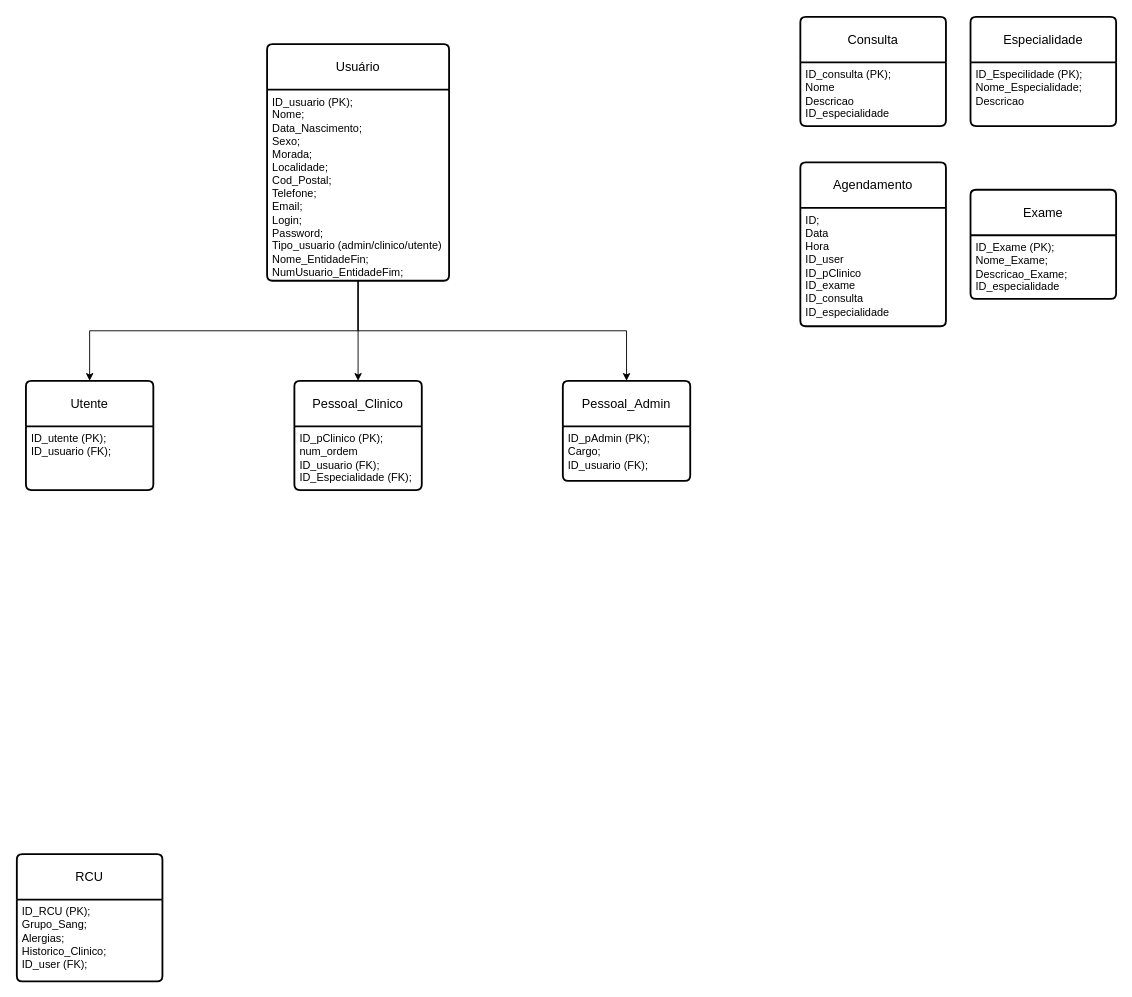
Above: Diagramas/DER_SIS.drawio in Moises-Jorge/SIS_sistema_informacao_saude (draw.io), before the change. Source tidied: cells renumbered, new cells numbered last; positions are measured from the earlier drawing's top-left corner, leaving out a move shared by most shapes. Both pictures are drawn from the tidied source at 91%, with x=0, y=0 at pixel (16, 16).
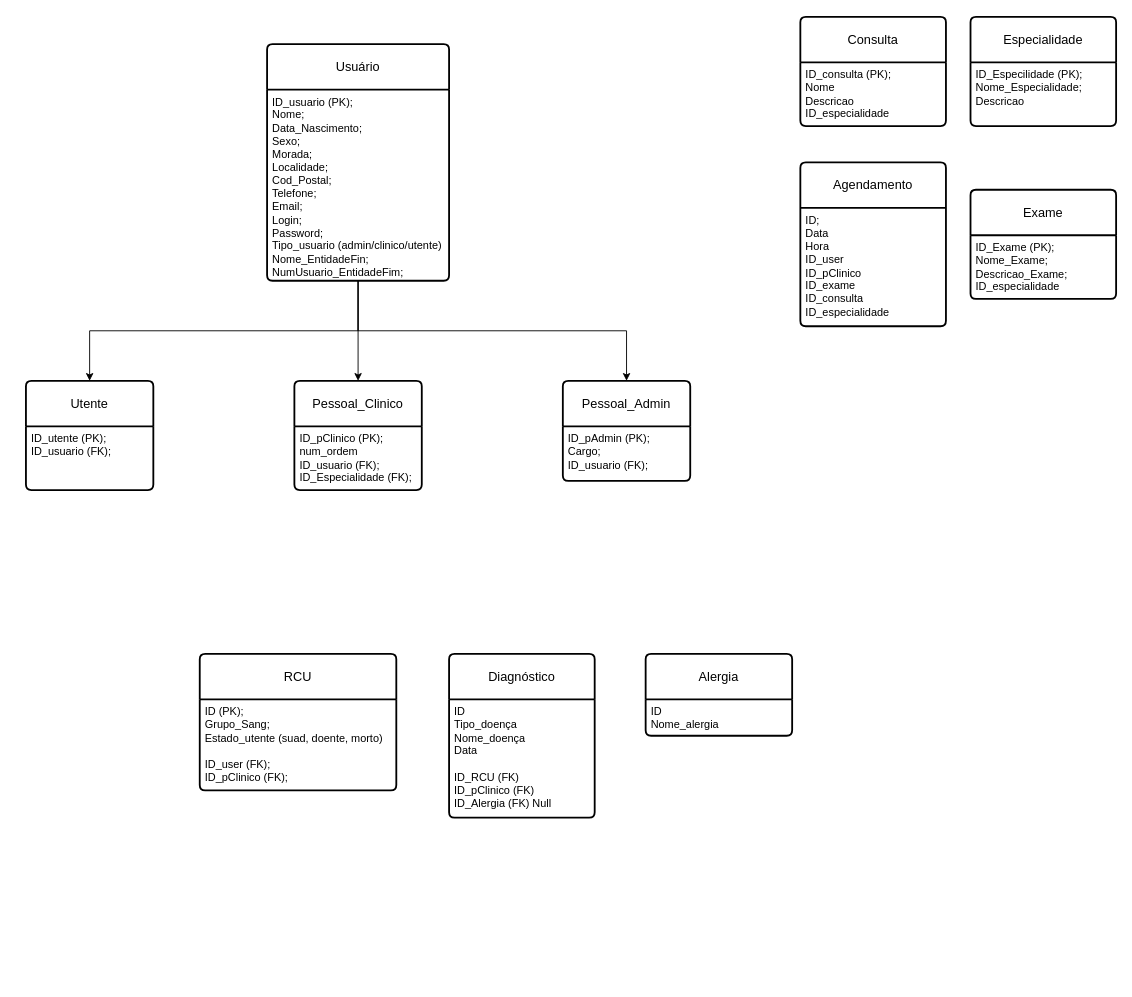
After the change.

Commit message:
Ajustes no DER

Diff of the diagram source:
```diff
@@
     <mxCell id="16" value="RCU" style="swimlane;horizontal=1;startSize=50;rounded=1;fontSize=14;fontStyle=0;strokeWidth=2;shadow=0;dashed=0;align=center;arcSize=4;whiteSpace=wrap;html=1;" parent="1" vertex="1">
-      <mxGeometry y="920" width="160" height="140" as="geometry" />
+      <mxGeometry x="201" y="700" width="216" height="150" as="geometry" />
     </mxCell>
-    <mxCell id="17" value="ID_RCU (PK);&lt;br&gt;Grupo_Sang;&lt;br&gt;Alergias;&lt;br&gt;Historico_Clinico;&lt;br&gt;ID_user (FK);" style="align=left;strokeColor=none;fillColor=none;spacingLeft=4;fontSize=12;verticalAlign=top;html=1;" parent="16" vertex="1">
-      <mxGeometry y="50" width="160" height="90" as="geometry" />
+    <mxCell id="17" value="ID (PK);&lt;br&gt;Grupo_Sang;&lt;br&gt;Estado_utente (suad, doente, morto)&lt;br&gt;&lt;br&gt;ID_user (FK);&lt;br&gt;ID_pClinico (FK);" style="align=left;strokeColor=none;fillColor=none;spacingLeft=4;fontSize=12;verticalAlign=top;html=1;" parent="16" vertex="1">
+      <mxGeometry y="50" width="216" height="100" as="geometry" />
     </mxCell>
@@
+    <mxCell id="23" value="Diagnóstico" style="swimlane;horizontal=1;startSize=50;rounded=1;fontSize=14;fontStyle=0;strokeWidth=2;shadow=0;dashed=0;align=center;arcSize=4;whiteSpace=wrap;html=1;" parent="1" vertex="1">
+      <mxGeometry x="475" y="700" width="160" height="180" as="geometry" />
+    </mxCell>
+    <mxCell id="24" value="ID&lt;br&gt;Tipo_doença&lt;br&gt;Nome_doença&lt;br&gt;Data&lt;br&gt;&lt;br&gt;ID_RCU (FK)&lt;br&gt;ID_pClinico (FK)&lt;br&gt;ID_Alergia (FK) Null" style="align=left;strokeColor=none;fillColor=none;spacingLeft=4;fontSize=12;verticalAlign=top;html=1;" parent="23" vertex="1">
+      <mxGeometry y="50" width="160" height="130" as="geometry" />
+    </mxCell>
+    <mxCell id="25" value="Alergia" style="swimlane;horizontal=1;startSize=50;rounded=1;fontSize=14;fontStyle=0;strokeWidth=2;shadow=0;dashed=0;align=center;arcSize=4;whiteSpace=wrap;html=1;" parent="1" vertex="1">
+      <mxGeometry x="691" y="700" width="161" height="90" as="geometry" />
+    </mxCell>
+    <mxCell id="26" value="ID&lt;br&gt;Nome_alergia" style="align=left;strokeColor=none;fillColor=none;spacingLeft=4;fontSize=12;verticalAlign=top;html=1;" parent="25" vertex="1">
+      <mxGeometry y="50" width="161" height="40" as="geometry" />
+    </mxCell>
```
